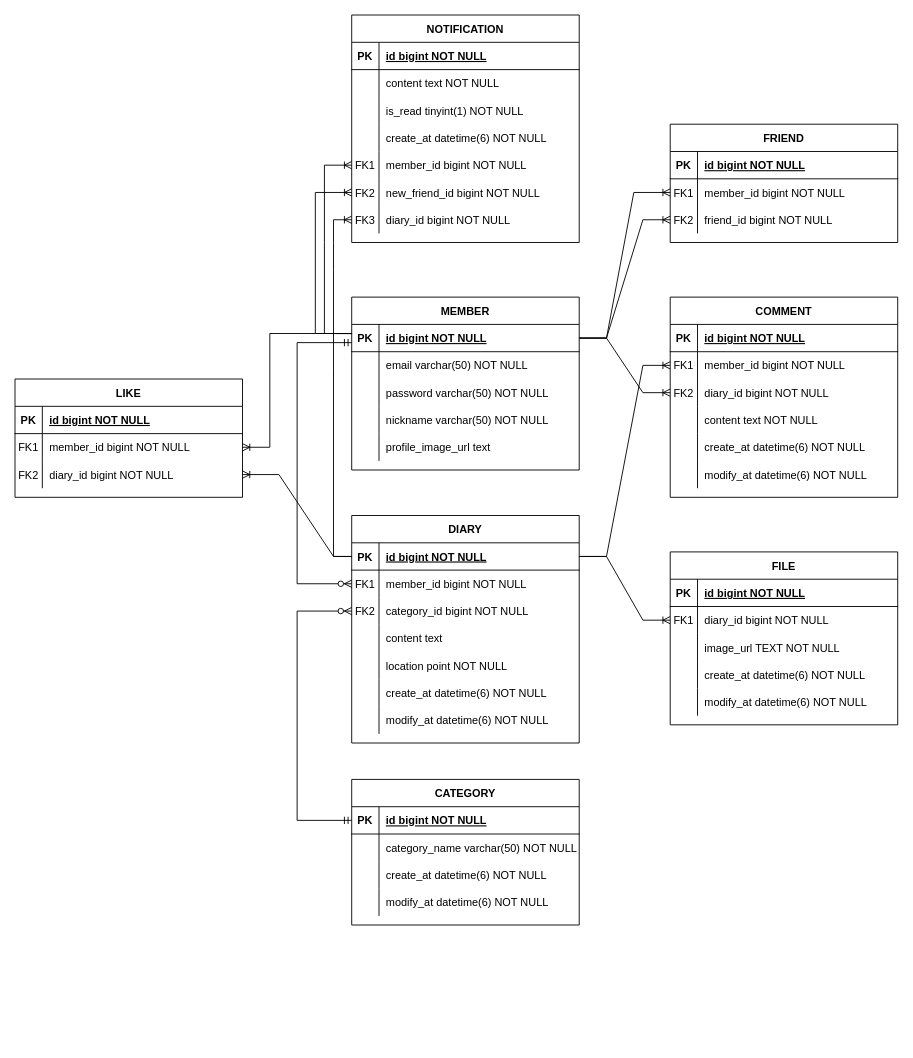
Above: erd.drawio in peeerr/document (draw.io), before the change. Source tidied: cells renumbered, new cells numbered last; positions are measured from the earlier drawing's top-left corner, leaving out a move shared by most shapes. Both pictures are drawn from the tidied source at 91%, with x=0, y=0 at pixel (-22, -22).
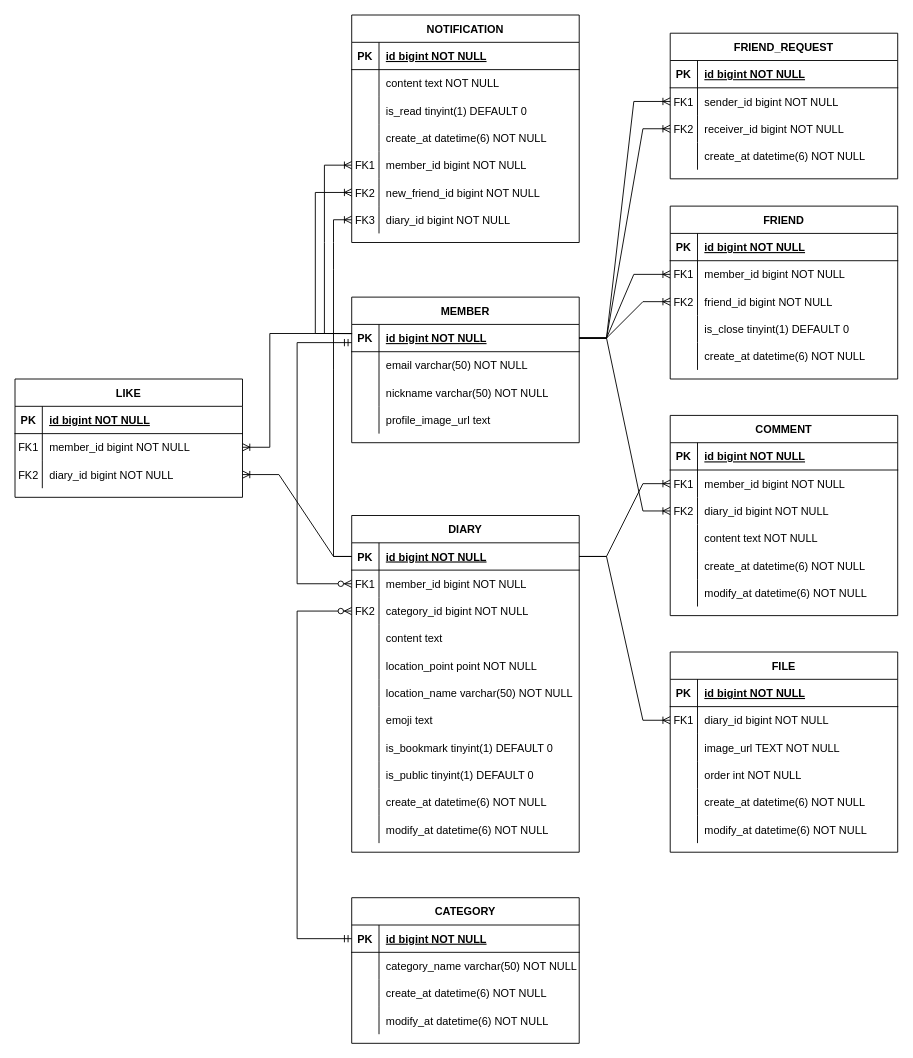
Above is the later version.

The change refers to these unchanged cells:
```xml
<mxCell id="9" style="shape=partialRectangle;fillColor=none;points=[[0,0.5],[1,0.5]];portConstraint=eastwest;top=0;left=0;right=0;bottom=0;" parent="2" vertex="1">
  <mxGeometry y="90" width="250" height="30" as="geometry" />
</mxCell>
<mxCell id="15" style="shape=partialRectangle;fillColor=none;top=0;left=0;right=0;bottom=0;" parent="2" vertex="1">
  <mxGeometry y="150" width="250" height="30" as="geometry" />
</mxCell>
<mxCell id="28" style="shape=partialRectangle;fillColor=none;points=[[0,0.5],[1,0.5]];portConstraint=eastwest;top=0;left=0;right=0;bottom=0;" parent="24" vertex="1">
  <mxGeometry y="60" width="250" height="30" as="geometry" />
</mxCell>
<mxCell id="35" style="shape=partialRectangle;fillColor=none;points=[[0,0.5],[1,0.5]];portConstraint=eastwest;top=0;left=0;right=0;bottom=1;" parent="34" vertex="1">
  <mxGeometry y="30" width="250" height="30" as="geometry" />
</mxCell>
<mxCell id="57" style="shape=partialRectangle;fillColor=none;top=0;left=0;right=0;bottom=0;" parent="50" vertex="1">
  <mxGeometry y="90" width="250" height="30" as="geometry" />
</mxCell>
<mxCell id="102" style="shape=partialRectangle;fillColor=none;points=[[0,0.5],[1,0.5]];portConstraint=eastwest;top=0;left=0;right=0;bottom=1;" parent="101" vertex="1">
  <mxGeometry y="30" width="250" height="30" as="geometry" />
</mxCell>
```

Change to the diagram source:
```diff
@@
     <mxCell id="2" value="DIARY" style="shape=table;startSize=30;childLayout=tableLayout;rowLines=0;fontStyle=1;align=center;" parent="1" vertex="1">
-      <mxGeometry x="410" y="590" width="250" height="250" as="geometry" />
+      <mxGeometry x="410" y="590" width="250" height="370" as="geometry" />
     </mxCell>
@@
-    <mxCell id="17" value="location point NOT NULL" style="shape=partialRectangle;overflow=hidden;fillColor=none;top=0;left=0;bottom=0;right=0;align=left;spacingLeft=6;" parent="15" vertex="1">
+    <mxCell id="17" value="location_point point NOT NULL" style="shape=partialRectangle;overflow=hidden;fillColor=none;top=0;left=0;bottom=0;right=0;align=left;spacingLeft=6;" parent="15" vertex="1">
       <mxGeometry x="30" width="220" height="30" as="geometry" />
     </mxCell>
+    <mxCell id="146" style="shape=partialRectangle;fillColor=none;top=0;left=0;right=0;bottom=0;" parent="2" vertex="1">
+      <mxGeometry y="180" width="250" height="30" as="geometry" />
+    </mxCell>
+    <mxCell id="147" style="shape=partialRectangle;overflow=hidden;fillColor=none;top=0;left=0;bottom=0;right=0;" parent="146" vertex="1">
+      <mxGeometry width="30" height="30" as="geometry" />
+    </mxCell>
+    <mxCell id="148" value="location_name varchar(50) NOT NULL" style="shape=partialRectangle;overflow=hidden;fillColor=none;top=0;left=0;bottom=0;right=0;align=left;spacingLeft=6;" parent="146" vertex="1">
+      <mxGeometry x="30" width="220" height="30" as="geometry" />
+    </mxCell>
+    <mxCell id="149" style="shape=partialRectangle;fillColor=none;top=0;left=0;right=0;bottom=0;" parent="2" vertex="1">
+      <mxGeometry y="210" width="250" height="30" as="geometry" />
+    </mxCell>
+    <mxCell id="150" style="shape=partialRectangle;overflow=hidden;fillColor=none;top=0;left=0;bottom=0;right=0;" parent="149" vertex="1">
+      <mxGeometry width="30" height="30" as="geometry" />
+    </mxCell>
+    <mxCell id="151" value="emoji text" style="shape=partialRectangle;overflow=hidden;fillColor=none;top=0;left=0;bottom=0;right=0;align=left;spacingLeft=6;" parent="149" vertex="1">
+      <mxGeometry x="30" width="220" height="30" as="geometry" />
+    </mxCell>
+    <mxCell id="152" style="shape=partialRectangle;fillColor=none;top=0;left=0;right=0;bottom=0;" parent="2" vertex="1">
+      <mxGeometry y="240" width="250" height="30" as="geometry" />
+    </mxCell>
+    <mxCell id="153" style="shape=partialRectangle;overflow=hidden;fillColor=none;top=0;left=0;bottom=0;right=0;" parent="152" vertex="1">
+      <mxGeometry width="30" height="30" as="geometry" />
+    </mxCell>
+    <mxCell id="154" value="is_bookmark tinyint(1) DEFAULT 0" style="shape=partialRectangle;overflow=hidden;fillColor=none;top=0;left=0;bottom=0;right=0;align=left;spacingLeft=6;" parent="152" vertex="1">
+      <mxGeometry x="30" width="220" height="30" as="geometry" />
+    </mxCell>
+    <mxCell id="155" style="shape=partialRectangle;fillColor=none;top=0;left=0;right=0;bottom=0;" parent="2" vertex="1">
+      <mxGeometry y="270" width="250" height="30" as="geometry" />
+    </mxCell>
+    <mxCell id="156" style="shape=partialRectangle;overflow=hidden;fillColor=none;top=0;left=0;bottom=0;right=0;" parent="155" vertex="1">
+      <mxGeometry width="30" height="30" as="geometry" />
+    </mxCell>
+    <mxCell id="157" value="is_public tinyint(1) DEFAULT 0" style="shape=partialRectangle;overflow=hidden;fillColor=none;top=0;left=0;bottom=0;right=0;align=left;spacingLeft=6;" parent="155" vertex="1">
+      <mxGeometry x="30" width="220" height="30" as="geometry" />
+    </mxCell>
     <mxCell id="18" style="shape=partialRectangle;fillColor=none;top=0;left=0;right=0;bottom=0;" parent="2" vertex="1">
-      <mxGeometry y="180" width="250" height="30" as="geometry" />
+      <mxGeometry y="300" width="250" height="30" as="geometry" />
     </mxCell>
@@
     <mxCell id="21" style="shape=partialRectangle;fillColor=none;top=0;left=0;right=0;bottom=0;" parent="2" vertex="1">
-      <mxGeometry y="210" width="250" height="30" as="geometry" />
+      <mxGeometry y="330" width="250" height="30" as="geometry" />
     </mxCell>
@@
     <mxCell id="24" value="FRIEND" style="shape=table;startSize=30;childLayout=tableLayout;rowLines=0;fontStyle=1;align=center;" parent="1" vertex="1">
-      <mxGeometry x="760" y="160" width="250" height="130" as="geometry" />
+      <mxGeometry x="760" y="250" width="250" height="190" as="geometry" />
     </mxCell>
@@
+    <mxCell id="158" style="shape=partialRectangle;fillColor=none;top=0;left=0;right=0;bottom=0;" parent="24" vertex="1">
+      <mxGeometry y="120" width="250" height="30" as="geometry" />
+    </mxCell>
+    <mxCell id="159" style="shape=partialRectangle;overflow=hidden;fillColor=none;top=0;left=0;bottom=0;right=0;" parent="158" vertex="1">
+      <mxGeometry width="30" height="30" as="geometry" />
+    </mxCell>
+    <mxCell id="160" value="is_close tinyint(1) DEFAULT 0" style="shape=partialRectangle;overflow=hidden;fillColor=none;top=0;left=0;bottom=0;right=0;align=left;spacingLeft=6;" parent="158" vertex="1">
+      <mxGeometry x="30" width="220" height="30" as="geometry" />
+    </mxCell>
+    <mxCell id="161" style="shape=partialRectangle;fillColor=none;top=0;left=0;right=0;bottom=0;" parent="24" vertex="1">
+      <mxGeometry y="150" width="250" height="30" as="geometry" />
+    </mxCell>
+    <mxCell id="162" style="shape=partialRectangle;overflow=hidden;fillColor=none;top=0;left=0;bottom=0;right=0;" parent="161" vertex="1">
+      <mxGeometry width="30" height="30" as="geometry" />
+    </mxCell>
+    <mxCell id="163" value="create_at datetime(6) NOT NULL" style="shape=partialRectangle;overflow=hidden;fillColor=none;top=0;left=0;bottom=0;right=0;align=left;spacingLeft=6;" parent="161" vertex="1">
+      <mxGeometry x="30" width="220" height="30" as="geometry" />
+    </mxCell>
     <mxCell id="34" value="MEMBER" style="shape=table;startSize=30;childLayout=tableLayout;rowLines=0;fontStyle=1;align=center;" parent="1" vertex="1">
-      <mxGeometry x="410" y="350" width="250" height="190" as="geometry" />
+      <mxGeometry x="410" y="350" width="250" height="160" as="geometry" />
     </mxCell>
@@
-    <mxCell id="41" style="shape=partialRectangle;fillColor=none;points=[[0,0.5],[1,0.5]];portConstraint=eastwest;top=0;left=0;right=0;bottom=0;" parent="34" vertex="1">
-      <mxGeometry y="90" width="250" height="30" as="geometry" />
-    </mxCell>
-    <mxCell id="42" style="shape=partialRectangle;overflow=hidden;fillColor=none;top=0;left=0;bottom=0;right=0;" parent="41" vertex="1">
-      <mxGeometry width="30" height="30" as="geometry" />
-    </mxCell>
-    <mxCell id="43" value="password varchar(50) NOT NULL" style="shape=partialRectangle;overflow=hidden;fillColor=none;top=0;left=0;bottom=0;right=0;align=left;spacingLeft=6;" parent="41" vertex="1">
-      <mxGeometry x="30" width="220" height="30" as="geometry" />
-    </mxCell>
     <mxCell id="44" style="shape=partialRectangle;fillColor=none;top=0;left=0;right=0;bottom=0;" parent="34" vertex="1">
-      <mxGeometry y="120" width="250" height="30" as="geometry" />
+      <mxGeometry y="90" width="250" height="30" as="geometry" />
     </mxCell>
@@
     <mxCell id="47" style="shape=partialRectangle;fillColor=none;top=0;left=0;right=0;bottom=0;" parent="34" vertex="1">
-      <mxGeometry y="150" width="250" height="30" as="geometry" />
+      <mxGeometry y="120" width="250" height="30" as="geometry" />
     </mxCell>
@@
-    <mxCell id="59" value="is_read tinyint(1) NOT NULL" style="shape=partialRectangle;overflow=hidden;fillColor=none;top=0;left=0;bottom=0;right=0;align=left;spacingLeft=6;" parent="57" vertex="1">
+    <mxCell id="59" value="is_read tinyint(1) DEFAULT 0" style="shape=partialRectangle;overflow=hidden;fillColor=none;top=0;left=0;bottom=0;right=0;align=left;spacingLeft=6;" parent="57" vertex="1">
       <mxGeometry x="30" width="220" height="30" as="geometry" />
     </mxCell>
@@
     <mxCell id="72" value="COMMENT" style="shape=table;startSize=30;childLayout=tableLayout;rowLines=0;fontStyle=1;align=center;" parent="1" vertex="1">
-      <mxGeometry x="760" y="350" width="250" height="220" as="geometry" />
+      <mxGeometry x="760" y="480" width="250" height="220" as="geometry" />
     </mxCell>
@@
     <mxCell id="101" value="CATEGORY" style="shape=table;startSize=30;childLayout=tableLayout;rowLines=0;fontStyle=1;align=center;" parent="1" vertex="1">
-      <mxGeometry x="410" y="880" width="250" height="160" as="geometry" />
+      <mxGeometry x="410" y="1010" width="250" height="160" as="geometry" />
     </mxCell>
@@
     <mxCell id="115" style="fontSize=12;html=1;endArrow=ERzeroToMany;startArrow=ERmandOne;rounded=0;exitX=0;exitY=0.5;exitDx=0;exitDy=0;entryX=0;entryY=0.5;entryDx=0;entryDy=0;" parent="1" edge="1" source="102" target="9">
       <mxGeometry relative="1" as="geometry">
         <Array as="points">
-          <mxPoint x="350" y="925" />
+          <mxPoint x="350" y="1055" />
           <mxPoint x="350" y="695" />
         </Array>
       </mxGeometry>
     </mxCell>
@@
     <mxCell id="121" style="fontSize=12;html=1;endArrow=ERoneToMany;rounded=0;entryX=0;entryY=0.5;entryDx=0;entryDy=0;exitX=1;exitY=0.5;exitDx=0;exitDy=0;" parent="1" edge="1" source="35" target="28">
       <mxGeometry relative="1" as="geometry">
         <Array as="points">
           <mxPoint x="690" y="395" />
-          <mxPoint x="720" y="235" />
+          <mxPoint x="720" y="325" />
         </Array>
       </mxGeometry>
     </mxCell>
@@
     <mxCell id="125" value="FILE" style="shape=table;startSize=30;childLayout=tableLayout;rowLines=0;fontStyle=1;align=center;" parent="1" vertex="1">
-      <mxGeometry x="760" y="630" width="250" height="190" as="geometry" />
+      <mxGeometry x="760" y="740" width="250" height="220" as="geometry" />
     </mxCell>
@@
+    <mxCell id="164" style="shape=partialRectangle;fillColor=none;top=0;left=0;right=0;bottom=0;" parent="125" vertex="1">
+      <mxGeometry y="120" width="250" height="30" as="geometry" />
+    </mxCell>
+    <mxCell id="165" style="shape=partialRectangle;overflow=hidden;fillColor=none;top=0;left=0;bottom=0;right=0;" parent="164" vertex="1">
+      <mxGeometry width="30" height="30" as="geometry" />
+    </mxCell>
+    <mxCell id="166" value="order int NOT NULL" style="shape=partialRectangle;overflow=hidden;fillColor=none;top=0;left=0;bottom=0;right=0;align=left;spacingLeft=6;" parent="164" vertex="1">
+      <mxGeometry x="30" width="220" height="30" as="geometry" />
+    </mxCell>
     <mxCell id="135" style="shape=partialRectangle;fillColor=none;top=0;left=0;right=0;bottom=0;" parent="125" vertex="1">
-      <mxGeometry y="120" width="250" height="30" as="geometry" />
+      <mxGeometry y="150" width="250" height="30" as="geometry" />
     </mxCell>
@@
     <mxCell id="138" style="shape=partialRectangle;fillColor=none;top=0;left=0;right=0;bottom=0;" parent="125" vertex="1">
-      <mxGeometry y="150" width="250" height="30" as="geometry" />
+      <mxGeometry y="180" width="250" height="30" as="geometry" />
     </mxCell>
@@
+    <mxCell id="167" value="FRIEND_REQUEST" style="shape=table;startSize=30;childLayout=tableLayout;rowLines=0;fontStyle=1;align=center;" parent="1" vertex="1">
+      <mxGeometry x="760" y="60" width="250" height="160" as="geometry" />
+    </mxCell>
+    <mxCell id="168" style="shape=partialRectangle;fillColor=none;top=0;left=0;right=0;bottom=1;" parent="167" vertex="1">
+      <mxGeometry y="30" width="250" height="30" as="geometry" />
+    </mxCell>
+    <mxCell id="169" value="PK" style="shape=partialRectangle;overflow=hidden;fillColor=none;top=0;left=0;bottom=0;right=0;fontStyle=1;" parent="168" vertex="1">
+      <mxGeometry width="30" height="30" as="geometry" />
+    </mxCell>
+    <mxCell id="170" value="id bigint NOT NULL " style="shape=partialRectangle;overflow=hidden;fillColor=none;top=0;left=0;bottom=0;right=0;align=left;spacingLeft=6;fontStyle=5;" parent="168" vertex="1">
+      <mxGeometry x="30" width="220" height="30" as="geometry" />
+    </mxCell>
+    <mxCell id="171" style="shape=partialRectangle;fillColor=none;points=[[0,0.5],[1,0.5]];portConstraint=eastwest;top=0;left=0;right=0;bottom=0;" parent="167" vertex="1">
+      <mxGeometry y="60" width="250" height="30" as="geometry" />
+    </mxCell>
+    <mxCell id="172" value="FK1" style="shape=partialRectangle;overflow=hidden;fillColor=none;top=0;left=0;bottom=0;right=0;" parent="171" vertex="1">
+      <mxGeometry width="30" height="30" as="geometry" />
+    </mxCell>
+    <mxCell id="173" value="sender_id bigint NOT NULL" style="shape=partialRectangle;overflow=hidden;fillColor=none;top=0;left=0;bottom=0;right=0;align=left;spacingLeft=6;" parent="171" vertex="1">
+      <mxGeometry x="30" width="220" height="30" as="geometry" />
+    </mxCell>
+    <mxCell id="41" style="shape=partialRectangle;fillColor=none;points=[[0,0.5],[1,0.5]];portConstraint=eastwest;top=0;left=0;right=0;bottom=0;" parent="167" vertex="1">
+      <mxGeometry y="90" width="250" height="30" as="geometry" />
+    </mxCell>
+    <mxCell id="174" value="FK2" style="shape=partialRectangle;overflow=hidden;fillColor=none;top=0;left=0;bottom=0;right=0;" parent="41" vertex="1">
+      <mxGeometry width="30" height="30" as="geometry" />
+    </mxCell>
+    <mxCell id="175" value="receiver_id bigint NOT NULL" style="shape=partialRectangle;overflow=hidden;fillColor=none;top=0;left=0;bottom=0;right=0;align=left;spacingLeft=6;" parent="41" vertex="1">
+      <mxGeometry x="30" width="220" height="30" as="geometry" />
+    </mxCell>
+    <mxCell id="176" style="shape=partialRectangle;fillColor=none;top=0;left=0;right=0;bottom=0;" parent="167" vertex="1">
+      <mxGeometry y="120" width="250" height="30" as="geometry" />
+    </mxCell>
+    <mxCell id="177" style="shape=partialRectangle;overflow=hidden;fillColor=none;top=0;left=0;bottom=0;right=0;" parent="176" vertex="1">
+      <mxGeometry width="30" height="30" as="geometry" />
+    </mxCell>
+    <mxCell id="178" value="create_at datetime(6) NOT NULL" style="shape=partialRectangle;overflow=hidden;fillColor=none;top=0;left=0;bottom=0;right=0;align=left;spacingLeft=6;" parent="176" vertex="1">
+      <mxGeometry x="30" width="220" height="30" as="geometry" />
+    </mxCell>
+    <mxCell id="179" style="fontSize=12;html=1;endArrow=ERoneToMany;rounded=0;entryX=0;entryY=0.5;entryDx=0;entryDy=0;exitX=1;exitY=0.5;exitDx=0;exitDy=0;" parent="1" edge="1" source="35" target="171">
+      <mxGeometry relative="1" as="geometry">
+        <Array as="points">
+          <mxPoint x="690" y="395" />
+          <mxPoint x="720" y="135" />
+        </Array>
+      </mxGeometry>
+    </mxCell>
+    <mxCell id="180" style="fontSize=12;html=1;endArrow=ERoneToMany;rounded=0;entryX=0;entryY=0.5;entryDx=0;entryDy=0;exitX=1;exitY=0.5;exitDx=0;exitDy=0;" parent="1" edge="1" source="35" target="41">
+      <mxGeometry relative="1" as="geometry">
+        <Array as="points">
+          <mxPoint x="690" y="395" />
+          <mxPoint x="730" y="165" />
+        </Array>
+      </mxGeometry>
+    </mxCell>
+    <mxCell id="181" style="rounded=0;whiteSpace=wrap;html=1;" parent="1" vertex="1">
+      <mxGeometry x="475" y="1230" width="120" as="geometry" />
+    </mxCell>
```
